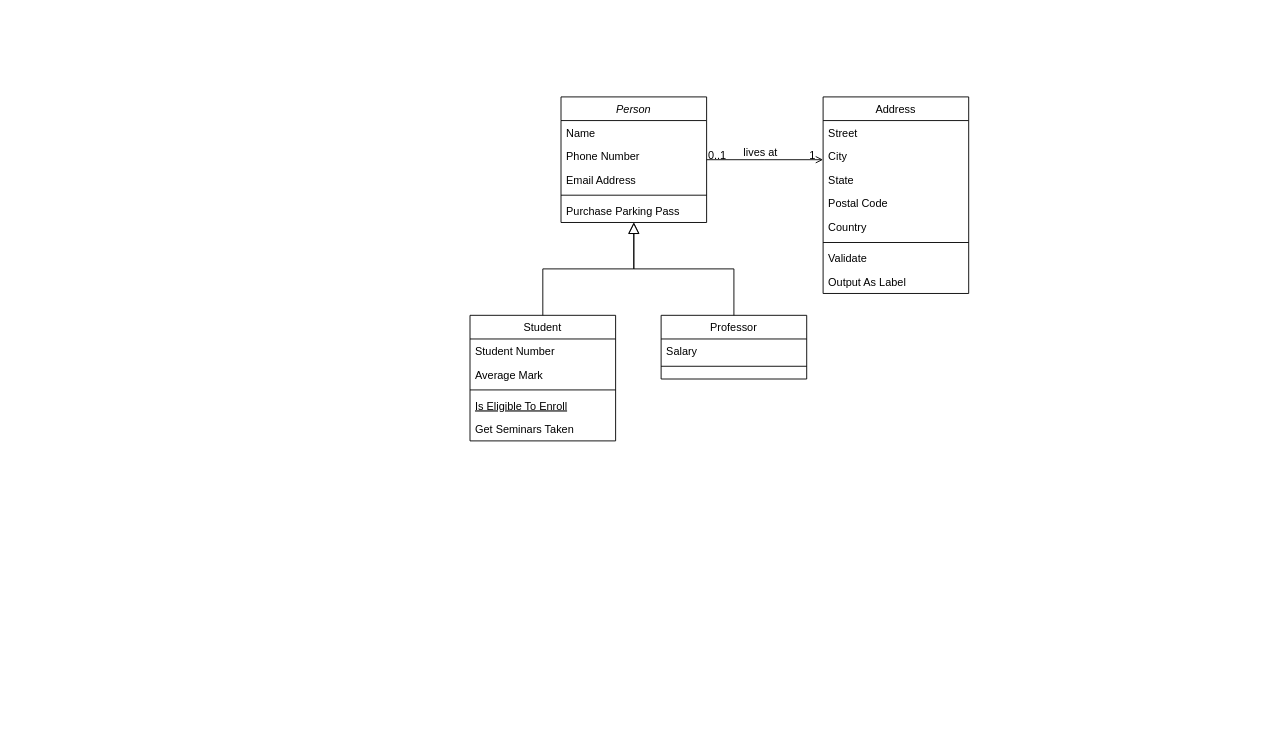
thanhxinhtraiuit/DACNPM keeps this draw.io diagram as Untitled Diagram.drawio. Above is the earlier version. Source tidied: cells renumbered, new cells numbered last; positions are measured from the earlier drawing's top-left corner, leaving out a move shared by most shapes. Both pictures are drawn from the tidied source at 91%, with x=0, y=0 at pixel (470, 96).
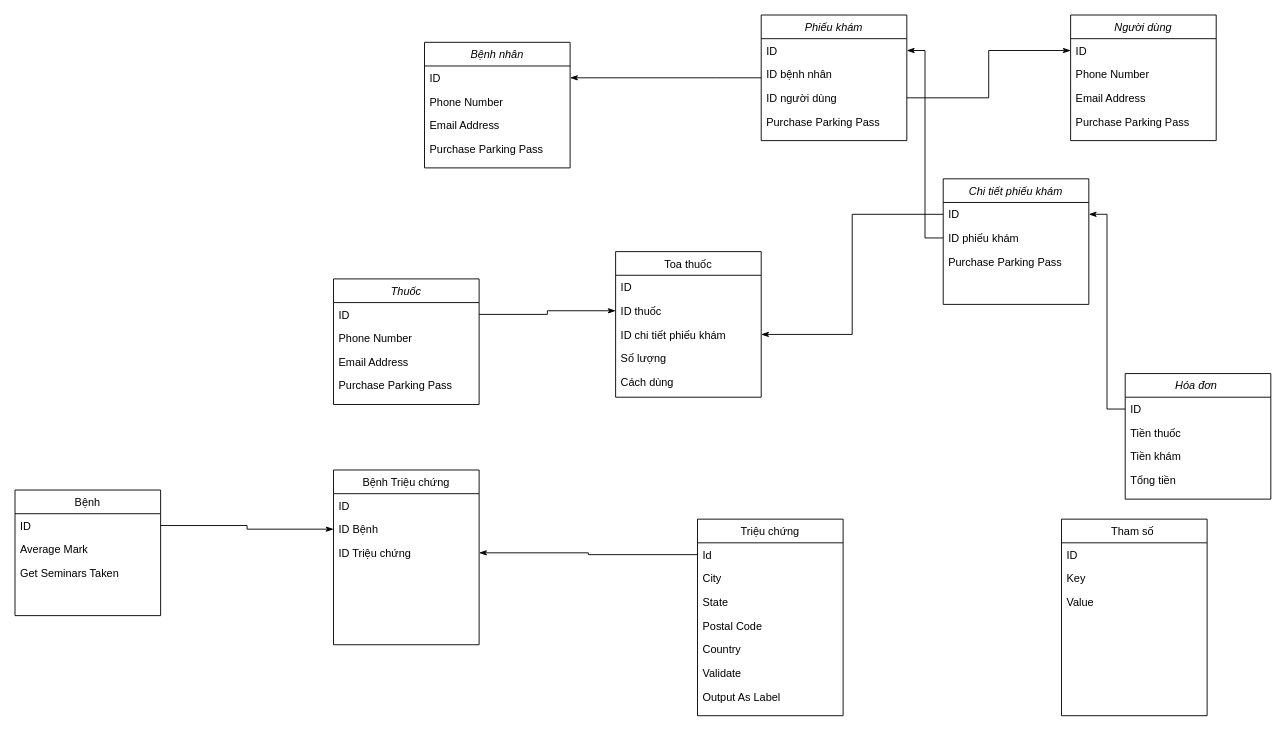
The same page after the edit.

Commit message:
Database_Demo

The edit, as a diff of the source:
```diff
@@
-    <mxCell id="2" value="Person" style="swimlane;fontStyle=2;align=center;verticalAlign=top;horizontal=1;startSize=26;rounded=0;shadow=0;strokeWidth=1;" parent="1" vertex="1">
-      <mxGeometry x="100" width="160" height="138" as="geometry" />
-    </mxCell>
-    <mxCell id="3" value="Name" style="text;align=left;verticalAlign=top;spacingLeft=4;spacingRight=4;overflow=hidden;points=[[0,0.5],[1,0.5]];portConstraint=eastwest;" parent="2" vertex="1">
-      <mxGeometry y="26" width="160" height="26" as="geometry" />
-    </mxCell>
-    <mxCell id="4" value="Phone Number" style="text;align=left;verticalAlign=top;spacingLeft=4;spacingRight=4;overflow=hidden;rounded=0;shadow=0;html=0;" parent="2" vertex="1">
-      <mxGeometry y="52" width="160" height="26" as="geometry" />
-    </mxCell>
-    <mxCell id="5" value="Email Address" style="text;align=left;verticalAlign=top;spacingLeft=4;spacingRight=4;overflow=hidden;rounded=0;shadow=0;html=0;" parent="2" vertex="1">
-      <mxGeometry y="78" width="160" height="26" as="geometry" />
-    </mxCell>
-    <mxCell id="6" style="line;html=1;strokeWidth=1;align=left;verticalAlign=middle;spacingTop=-1;spacingLeft=3;spacingRight=3;labelPosition=right;" parent="2" vertex="1">
-      <mxGeometry y="104" width="160" height="8" as="geometry" />
-    </mxCell>
-    <mxCell id="7" value="Purchase Parking Pass" style="text;align=left;verticalAlign=top;spacingLeft=4;spacingRight=4;overflow=hidden;" parent="2" vertex="1">
-      <mxGeometry y="112" width="160" height="26" as="geometry" />
-    </mxCell>
-    <mxCell id="8" value="Student" style="swimlane;fontStyle=0;align=center;verticalAlign=top;horizontal=1;startSize=26;rounded=0;shadow=0;strokeWidth=1;" parent="1" vertex="1">
-      <mxGeometry y="240" width="160" height="138" as="geometry" />
+    <mxCell id="8" value="Bệnh" style="swimlane;fontStyle=0;align=center;verticalAlign=top;horizontal=1;startSize=26;rounded=0;shadow=0;strokeWidth=1;" parent="1" vertex="1">
+      <mxGeometry x="-500" y="432" width="160" height="138" as="geometry" />
     </mxCell>
-    <mxCell id="9" value="Student Number" style="text;align=left;verticalAlign=top;spacingLeft=4;spacingRight=4;overflow=hidden;points=[[0,0.5],[1,0.5]];portConstraint=eastwest;" parent="8" vertex="1">
+    <mxCell id="9" value="ID" style="text;align=left;verticalAlign=top;spacingLeft=4;spacingRight=4;overflow=hidden;points=[[0,0.5],[1,0.5]];portConstraint=eastwest;" parent="8" vertex="1">
       <mxGeometry y="26" width="160" height="26" as="geometry" />
     </mxCell>
@@
-    <mxCell id="11" style="line;html=1;strokeWidth=1;align=left;verticalAlign=middle;spacingTop=-1;spacingLeft=3;spacingRight=3;labelPosition=right;" parent="8" vertex="1">
-      <mxGeometry y="78" width="160" height="8" as="geometry" />
-    </mxCell>
-    <mxCell id="12" value="Is Eligible To Enroll" style="text;align=left;verticalAlign=top;spacingLeft=4;spacingRight=4;overflow=hidden;fontStyle=4;" parent="8" vertex="1">
-      <mxGeometry y="86" width="160" height="26" as="geometry" />
-    </mxCell>
     <mxCell id="13" value="Get Seminars Taken" style="text;align=left;verticalAlign=top;spacingLeft=4;spacingRight=4;overflow=hidden;" parent="8" vertex="1">
-      <mxGeometry y="112" width="160" height="26" as="geometry" />
+      <mxGeometry y="78" width="160" height="26" as="geometry" />
     </mxCell>
-    <mxCell id="14" style="endArrow=block;endSize=10;endFill=0;shadow=0;strokeWidth=1;rounded=0;edgeStyle=elbowEdgeStyle;elbow=vertical;" parent="1" edge="1" source="8" target="2">
-      <mxGeometry relative="1" as="geometry" />
-    </mxCell>
-    <mxCell id="15" value="Professor" style="swimlane;fontStyle=0;align=center;verticalAlign=top;horizontal=1;startSize=26;rounded=0;shadow=0;strokeWidth=1;" parent="1" vertex="1">
-      <mxGeometry x="210" y="240" width="160" height="70" as="geometry" />
-    </mxCell>
-    <mxCell id="16" value="Salary" style="text;align=left;verticalAlign=top;spacingLeft=4;spacingRight=4;overflow=hidden;" parent="15" vertex="1">
-      <mxGeometry y="26" width="160" height="26" as="geometry" />
-    </mxCell>
-    <mxCell id="17" style="line;html=1;strokeWidth=1;align=left;verticalAlign=middle;spacingTop=-1;spacingLeft=3;spacingRight=3;labelPosition=right;" parent="15" vertex="1">
-      <mxGeometry y="52" width="160" height="8" as="geometry" />
-    </mxCell>
-    <mxCell id="18" style="endArrow=block;endSize=10;endFill=0;shadow=0;strokeWidth=1;rounded=0;edgeStyle=elbowEdgeStyle;elbow=vertical;" parent="1" edge="1" source="15" target="2">
-      <mxGeometry relative="1" as="geometry" />
-    </mxCell>
-    <mxCell id="19" value="Address" style="swimlane;fontStyle=0;align=center;verticalAlign=top;horizontal=1;startSize=26;rounded=0;shadow=0;strokeWidth=1;" parent="1" vertex="1">
-      <mxGeometry x="388" width="160" height="216" as="geometry" />
+    <mxCell id="19" value="Triệu chứng" style="swimlane;fontStyle=0;align=center;verticalAlign=top;horizontal=1;startSize=26;rounded=0;shadow=0;strokeWidth=1;" parent="1" vertex="1">
+      <mxGeometry x="250" y="464" width="160" height="216" as="geometry" />
     </mxCell>
-    <mxCell id="20" value="Street" style="text;align=left;verticalAlign=top;spacingLeft=4;spacingRight=4;overflow=hidden;points=[[0,0.5],[1,0.5]];portConstraint=eastwest;" parent="19" vertex="1">
+    <mxCell id="20" value="Id" style="text;align=left;verticalAlign=top;spacingLeft=4;spacingRight=4;overflow=hidden;points=[[0,0.5],[1,0.5]];portConstraint=eastwest;" parent="19" vertex="1">
       <mxGeometry y="26" width="160" height="26" as="geometry" />
     </mxCell>
@@
-    <mxCell id="25" style="line;html=1;strokeWidth=1;align=left;verticalAlign=middle;spacingTop=-1;spacingLeft=3;spacingRight=3;labelPosition=right;" parent="19" vertex="1">
-      <mxGeometry y="156" width="160" height="8" as="geometry" />
-    </mxCell>
     <mxCell id="26" value="Validate" style="text;align=left;verticalAlign=top;spacingLeft=4;spacingRight=4;overflow=hidden;" parent="19" vertex="1">
-      <mxGeometry y="164" width="160" height="26" as="geometry" />
+      <mxGeometry y="156" width="160" height="26" as="geometry" />
     </mxCell>
     <mxCell id="27" value="Output As Label" style="text;align=left;verticalAlign=top;spacingLeft=4;spacingRight=4;overflow=hidden;" parent="19" vertex="1">
-      <mxGeometry y="190" width="160" height="26" as="geometry" />
+      <mxGeometry y="182" width="160" height="26" as="geometry" />
     </mxCell>
-    <mxCell id="28" style="endArrow=open;shadow=0;strokeWidth=1;rounded=0;endFill=1;edgeStyle=elbowEdgeStyle;elbow=vertical;" parent="1" edge="1" source="2" target="19">
-      <mxGeometry x="0.5" y="41" relative="1" as="geometry">
-        <mxPoint x="-40" y="32" as="offset" />
-      </mxGeometry>
-    </mxCell>
-    <mxCell id="29" value="0..1" style="align=left;verticalAlign=bottom;labelBackgroundColor=none;fontSize=12;" parent="28" vertex="1">
-      <mxGeometry x="-1" relative="1" as="geometry">
-        <mxPoint y="4" as="offset" />
-      </mxGeometry>
-    </mxCell>
-    <mxCell id="30" value="1" style="align=right;verticalAlign=bottom;labelBackgroundColor=none;fontSize=12;" parent="28" vertex="1">
-      <mxGeometry x="1" relative="1" as="geometry">
-        <mxPoint x="-7" y="4" as="offset" />
-      </mxGeometry>
-    </mxCell>
-    <mxCell id="31" value="lives at" style="text;html=1;align=center;verticalAlign=middle;labelBackgroundColor=none;rounded=0;shadow=0;strokeWidth=1;fontSize=12;" parent="28" vertex="1">
-      <mxGeometry x="0.5" y="49" relative="1" as="geometry">
-        <mxPoint x="-38" y="40" as="offset" />
-      </mxGeometry>
-    </mxCell>
+    <mxCell id="32" value="Bệnh nhân" style="swimlane;fontStyle=2;align=center;verticalAlign=top;horizontal=1;startSize=26;rounded=0;shadow=0;strokeWidth=1;" parent="1" vertex="1">
+      <mxGeometry x="-50" y="-60" width="160" height="138" as="geometry" />
+    </mxCell>
+    <mxCell id="33" value="ID" style="text;align=left;verticalAlign=top;spacingLeft=4;spacingRight=4;overflow=hidden;points=[[0,0.5],[1,0.5]];portConstraint=eastwest;" parent="32" vertex="1">
+      <mxGeometry y="26" width="160" height="26" as="geometry" />
+    </mxCell>
+    <mxCell id="34" value="Phone Number" style="text;align=left;verticalAlign=top;spacingLeft=4;spacingRight=4;overflow=hidden;rounded=0;shadow=0;html=0;" parent="32" vertex="1">
+      <mxGeometry y="52" width="160" height="26" as="geometry" />
+    </mxCell>
+    <mxCell id="35" value="Email Address" style="text;align=left;verticalAlign=top;spacingLeft=4;spacingRight=4;overflow=hidden;rounded=0;shadow=0;html=0;" parent="32" vertex="1">
+      <mxGeometry y="78" width="160" height="26" as="geometry" />
+    </mxCell>
+    <mxCell id="36" value="Purchase Parking Pass" style="text;align=left;verticalAlign=top;spacingLeft=4;spacingRight=4;overflow=hidden;" parent="32" vertex="1">
+      <mxGeometry y="104" width="160" height="26" as="geometry" />
+    </mxCell>
+    <mxCell id="37" value="Phiếu khám" style="swimlane;fontStyle=2;align=center;verticalAlign=top;horizontal=1;startSize=26;rounded=0;shadow=0;strokeWidth=1;" parent="1" vertex="1">
+      <mxGeometry x="320" y="-90" width="160" height="138" as="geometry" />
+    </mxCell>
+    <mxCell id="38" value="ID" style="text;align=left;verticalAlign=top;spacingLeft=4;spacingRight=4;overflow=hidden;points=[[0,0.5],[1,0.5]];portConstraint=eastwest;" parent="37" vertex="1">
+      <mxGeometry y="26" width="160" height="26" as="geometry" />
+    </mxCell>
+    <mxCell id="39" value="ID bệnh nhân" style="text;align=left;verticalAlign=top;spacingLeft=4;spacingRight=4;overflow=hidden;points=[[0,0.5],[1,0.5]];portConstraint=eastwest;rounded=0;shadow=0;html=0;" parent="37" vertex="1">
+      <mxGeometry y="52" width="160" height="26" as="geometry" />
+    </mxCell>
+    <mxCell id="40" value="ID người dùng" style="text;align=left;verticalAlign=top;spacingLeft=4;spacingRight=4;overflow=hidden;points=[[0,0.5],[1,0.5]];portConstraint=eastwest;rounded=0;shadow=0;html=0;" parent="37" vertex="1">
+      <mxGeometry y="78" width="160" height="26" as="geometry" />
+    </mxCell>
+    <mxCell id="41" value="Purchase Parking Pass" style="text;align=left;verticalAlign=top;spacingLeft=4;spacingRight=4;overflow=hidden;" parent="37" vertex="1">
+      <mxGeometry y="104" width="160" height="26" as="geometry" />
+    </mxCell>
+    <mxCell id="42" value="Người dùng" style="swimlane;fontStyle=2;align=center;verticalAlign=top;horizontal=1;startSize=26;rounded=0;shadow=0;strokeWidth=1;" parent="1" vertex="1">
+      <mxGeometry x="660" y="-90" width="160" height="138" as="geometry" />
+    </mxCell>
+    <mxCell id="43" value="ID" style="text;align=left;verticalAlign=top;spacingLeft=4;spacingRight=4;overflow=hidden;points=[[0,0.5],[1,0.5]];portConstraint=eastwest;" parent="42" vertex="1">
+      <mxGeometry y="26" width="160" height="26" as="geometry" />
+    </mxCell>
+    <mxCell id="44" value="Phone Number" style="text;align=left;verticalAlign=top;spacingLeft=4;spacingRight=4;overflow=hidden;rounded=0;shadow=0;html=0;" parent="42" vertex="1">
+      <mxGeometry y="52" width="160" height="26" as="geometry" />
+    </mxCell>
+    <mxCell id="45" value="Email Address" style="text;align=left;verticalAlign=top;spacingLeft=4;spacingRight=4;overflow=hidden;rounded=0;shadow=0;html=0;" parent="42" vertex="1">
+      <mxGeometry y="78" width="160" height="26" as="geometry" />
+    </mxCell>
+    <mxCell id="46" value="Purchase Parking Pass" style="text;align=left;verticalAlign=top;spacingLeft=4;spacingRight=4;overflow=hidden;" parent="42" vertex="1">
+      <mxGeometry y="104" width="160" height="26" as="geometry" />
+    </mxCell>
+    <mxCell id="47" value="Toa thuốc" style="swimlane;fontStyle=0;align=center;verticalAlign=top;horizontal=1;startSize=26;rounded=0;shadow=0;strokeWidth=1;" parent="1" vertex="1">
+      <mxGeometry x="160" y="170" width="160" height="160" as="geometry" />
+    </mxCell>
+    <mxCell id="48" value="ID" style="text;align=left;verticalAlign=top;spacingLeft=4;spacingRight=4;overflow=hidden;" parent="47" vertex="1">
+      <mxGeometry y="26" width="160" height="26" as="geometry" />
+    </mxCell>
+    <mxCell id="49" value="ID thuốc" style="text;align=left;verticalAlign=top;spacingLeft=4;spacingRight=4;overflow=hidden;points=[[0,0.5],[1,0.5]];portConstraint=eastwest;rounded=0;shadow=0;html=0;" parent="47" vertex="1">
+      <mxGeometry y="52" width="160" height="26" as="geometry" />
+    </mxCell>
+    <mxCell id="50" value="ID chi tiết phiếu khám" style="text;align=left;verticalAlign=top;spacingLeft=4;spacingRight=4;overflow=hidden;points=[[0,0.5],[1,0.5]];portConstraint=eastwest;rounded=0;shadow=0;html=0;" parent="47" vertex="1">
+      <mxGeometry y="78" width="160" height="26" as="geometry" />
+    </mxCell>
+    <mxCell id="51" value="Số lượng" style="text;align=left;verticalAlign=top;spacingLeft=4;spacingRight=4;overflow=hidden;rounded=0;shadow=0;html=0;" parent="47" vertex="1">
+      <mxGeometry y="104" width="160" height="26" as="geometry" />
+    </mxCell>
+    <mxCell id="52" value="Cách dùng" style="text;align=left;verticalAlign=top;spacingLeft=4;spacingRight=4;overflow=hidden;rounded=0;shadow=0;html=0;" parent="47" vertex="1">
+      <mxGeometry y="130" width="160" height="26" as="geometry" />
+    </mxCell>
+    <mxCell id="53" value="Bệnh Triệu chứng" style="swimlane;fontStyle=0;align=center;verticalAlign=top;horizontal=1;startSize=26;rounded=0;shadow=0;strokeWidth=1;" parent="1" vertex="1">
+      <mxGeometry x="-150" y="410" width="160" height="192" as="geometry" />
+    </mxCell>
+    <mxCell id="54" value="ID" style="text;align=left;verticalAlign=top;spacingLeft=4;spacingRight=4;overflow=hidden;" parent="53" vertex="1">
+      <mxGeometry y="26" width="160" height="26" as="geometry" />
+    </mxCell>
+    <mxCell id="55" value="ID Bệnh" style="text;align=left;verticalAlign=top;spacingLeft=4;spacingRight=4;overflow=hidden;points=[[0,0.5],[1,0.5]];portConstraint=eastwest;rounded=0;shadow=0;html=0;" parent="53" vertex="1">
+      <mxGeometry y="52" width="160" height="26" as="geometry" />
+    </mxCell>
+    <mxCell id="56" value="ID Triệu chứng" style="text;align=left;verticalAlign=top;spacingLeft=4;spacingRight=4;overflow=hidden;points=[[0,0.5],[1,0.5]];portConstraint=eastwest;rounded=0;shadow=0;html=0;" parent="53" vertex="1">
+      <mxGeometry y="78" width="160" height="26" as="geometry" />
+    </mxCell>
+    <mxCell id="57" style="edgeStyle=orthogonalEdgeStyle;rounded=0;jettySize=auto;html=1;endArrow=classicThin;endFill=1;entryX=1;entryY=0.5;entryDx=0;entryDy=0;" parent="1" edge="1" source="20" target="56">
+      <mxGeometry relative="1" as="geometry" />
+    </mxCell>
+    <mxCell id="58" style="edgeStyle=orthogonalEdgeStyle;rounded=0;jettySize=auto;html=1;entryX=0;entryY=0.5;entryDx=0;entryDy=0;endArrow=classicThin;endFill=1;" parent="1" edge="1" source="9" target="55">
+      <mxGeometry relative="1" as="geometry" />
+    </mxCell>
+    <mxCell id="59" style="edgeStyle=orthogonalEdgeStyle;rounded=0;jettySize=auto;html=1;entryX=1;entryY=0.5;entryDx=0;entryDy=0;endArrow=classicThin;endFill=1;" parent="1" edge="1" source="39" target="33">
+      <mxGeometry relative="1" as="geometry">
+        <Array as="points">
+          <mxPoint x="270" y="-21" />
+          <mxPoint x="270" y="-21" />
+        </Array>
+      </mxGeometry>
+    </mxCell>
+    <mxCell id="60" style="edgeStyle=orthogonalEdgeStyle;rounded=0;jettySize=auto;html=1;entryX=0;entryY=0.5;entryDx=0;entryDy=0;endArrow=classicThin;endFill=1;" parent="1" edge="1" source="40" target="43">
+      <mxGeometry relative="1" as="geometry" />
+    </mxCell>
+    <mxCell id="61" value="Chi tiết phiếu khám" style="swimlane;fontStyle=2;align=center;verticalAlign=top;horizontal=1;startSize=26;rounded=0;shadow=0;strokeWidth=1;" parent="1" vertex="1">
+      <mxGeometry x="520" y="90" width="160" height="138" as="geometry" />
+    </mxCell>
+    <mxCell id="62" value="ID" style="text;align=left;verticalAlign=top;spacingLeft=4;spacingRight=4;overflow=hidden;points=[[0,0.5],[1,0.5]];portConstraint=eastwest;" parent="61" vertex="1">
+      <mxGeometry y="26" width="160" height="26" as="geometry" />
+    </mxCell>
+    <mxCell id="63" value="ID phiếu khám" style="text;align=left;verticalAlign=top;spacingLeft=4;spacingRight=4;overflow=hidden;points=[[0,0.5],[1,0.5]];portConstraint=eastwest;rounded=0;shadow=0;html=0;" parent="61" vertex="1">
+      <mxGeometry y="52" width="160" height="26" as="geometry" />
+    </mxCell>
+    <mxCell id="64" value="Purchase Parking Pass" style="text;align=left;verticalAlign=top;spacingLeft=4;spacingRight=4;overflow=hidden;" parent="61" vertex="1">
+      <mxGeometry y="78" width="160" height="26" as="geometry" />
+    </mxCell>
+    <mxCell id="65" style="edgeStyle=orthogonalEdgeStyle;rounded=0;jettySize=auto;html=1;entryX=1;entryY=0.5;entryDx=0;entryDy=0;endArrow=classicThin;endFill=1;exitX=0;exitY=0.5;exitDx=0;exitDy=0;" parent="1" edge="1" source="63" target="38">
+      <mxGeometry relative="1" as="geometry" />
+    </mxCell>
+    <mxCell id="2" value="Thuốc" style="swimlane;fontStyle=2;align=center;verticalAlign=top;horizontal=1;startSize=26;rounded=0;shadow=0;strokeWidth=1;" parent="1" vertex="1">
+      <mxGeometry x="-150" y="200" width="160" height="138" as="geometry" />
+    </mxCell>
+    <mxCell id="3" value="ID" style="text;align=left;verticalAlign=top;spacingLeft=4;spacingRight=4;overflow=hidden;points=[[0,0.5],[1,0.5]];portConstraint=eastwest;" parent="2" vertex="1">
+      <mxGeometry y="26" width="160" height="26" as="geometry" />
+    </mxCell>
+    <mxCell id="4" value="Phone Number" style="text;align=left;verticalAlign=top;spacingLeft=4;spacingRight=4;overflow=hidden;rounded=0;shadow=0;html=0;" parent="2" vertex="1">
+      <mxGeometry y="52" width="160" height="26" as="geometry" />
+    </mxCell>
+    <mxCell id="5" value="Email Address" style="text;align=left;verticalAlign=top;spacingLeft=4;spacingRight=4;overflow=hidden;rounded=0;shadow=0;html=0;" parent="2" vertex="1">
+      <mxGeometry y="78" width="160" height="26" as="geometry" />
+    </mxCell>
+    <mxCell id="7" value="Purchase Parking Pass" style="text;align=left;verticalAlign=top;spacingLeft=4;spacingRight=4;overflow=hidden;" parent="2" vertex="1">
+      <mxGeometry y="104" width="160" height="26" as="geometry" />
+    </mxCell>
+    <mxCell id="66" style="edgeStyle=orthogonalEdgeStyle;rounded=0;jettySize=auto;html=1;exitX=1;exitY=0.5;exitDx=0;exitDy=0;entryX=0;entryY=0.5;entryDx=0;entryDy=0;endArrow=classicThin;endFill=1;" parent="1" edge="1" source="3" target="49">
+      <mxGeometry relative="1" as="geometry" />
+    </mxCell>
+    <mxCell id="67" style="edgeStyle=orthogonalEdgeStyle;rounded=0;jettySize=auto;html=1;entryX=1;entryY=0.5;entryDx=0;entryDy=0;endArrow=classicThin;endFill=1;exitX=0;exitY=0.5;exitDx=0;exitDy=0;verticalAlign=middle;textDirection=rtl;" parent="1" edge="1" source="62" target="50">
+      <mxGeometry relative="1" as="geometry" />
+    </mxCell>
+    <mxCell id="68" value="Hóa đơn " style="swimlane;fontStyle=2;align=center;verticalAlign=top;horizontal=1;startSize=26;rounded=0;shadow=0;strokeWidth=1;" parent="1" vertex="1">
+      <mxGeometry x="720" y="304" width="160" height="138" as="geometry" />
+    </mxCell>
+    <mxCell id="69" value="ID" style="text;align=left;verticalAlign=top;spacingLeft=4;spacingRight=4;overflow=hidden;points=[[0,0.5],[1,0.5]];portConstraint=eastwest;" parent="68" vertex="1">
+      <mxGeometry y="26" width="160" height="26" as="geometry" />
+    </mxCell>
+    <mxCell id="70" value="Tiền thuốc" style="text;align=left;verticalAlign=top;spacingLeft=4;spacingRight=4;overflow=hidden;" parent="68" vertex="1">
+      <mxGeometry y="52" width="160" height="26" as="geometry" />
+    </mxCell>
+    <mxCell id="71" value="Tiền khám" style="text;align=left;verticalAlign=top;spacingLeft=4;spacingRight=4;overflow=hidden;" parent="68" vertex="1">
+      <mxGeometry y="78" width="160" height="26" as="geometry" />
+    </mxCell>
+    <mxCell id="72" value="Tổng tiền" style="text;align=left;verticalAlign=top;spacingLeft=4;spacingRight=4;overflow=hidden;" parent="68" vertex="1">
+      <mxGeometry y="104" width="160" height="26" as="geometry" />
+    </mxCell>
+    <mxCell id="73" style="edgeStyle=orthogonalEdgeStyle;rounded=0;jettySize=auto;html=1;entryX=1;entryY=0.5;entryDx=0;entryDy=0;endArrow=classicThin;endFill=1;" parent="1" edge="1" source="69" target="62">
+      <mxGeometry relative="1" as="geometry" />
+    </mxCell>
+    <mxCell id="74" value="Tham số " style="swimlane;fontStyle=0;align=center;verticalAlign=top;horizontal=1;startSize=26;rounded=0;shadow=0;strokeWidth=1;" parent="1" vertex="1">
+      <mxGeometry x="650" y="464" width="160" height="216" as="geometry" />
+    </mxCell>
+    <mxCell id="75" value="ID" style="text;align=left;verticalAlign=top;spacingLeft=4;spacingRight=4;overflow=hidden;" parent="74" vertex="1">
+      <mxGeometry y="26" width="160" height="26" as="geometry" />
+    </mxCell>
+    <mxCell id="76" value="Key" style="text;align=left;verticalAlign=top;spacingLeft=4;spacingRight=4;overflow=hidden;rounded=0;shadow=0;html=0;" parent="74" vertex="1">
+      <mxGeometry y="52" width="160" height="26" as="geometry" />
+    </mxCell>
+    <mxCell id="77" value="Value" style="text;align=left;verticalAlign=top;spacingLeft=4;spacingRight=4;overflow=hidden;rounded=0;shadow=0;html=0;" parent="74" vertex="1">
+      <mxGeometry y="78" width="160" height="26" as="geometry" />
+    </mxCell>
```
